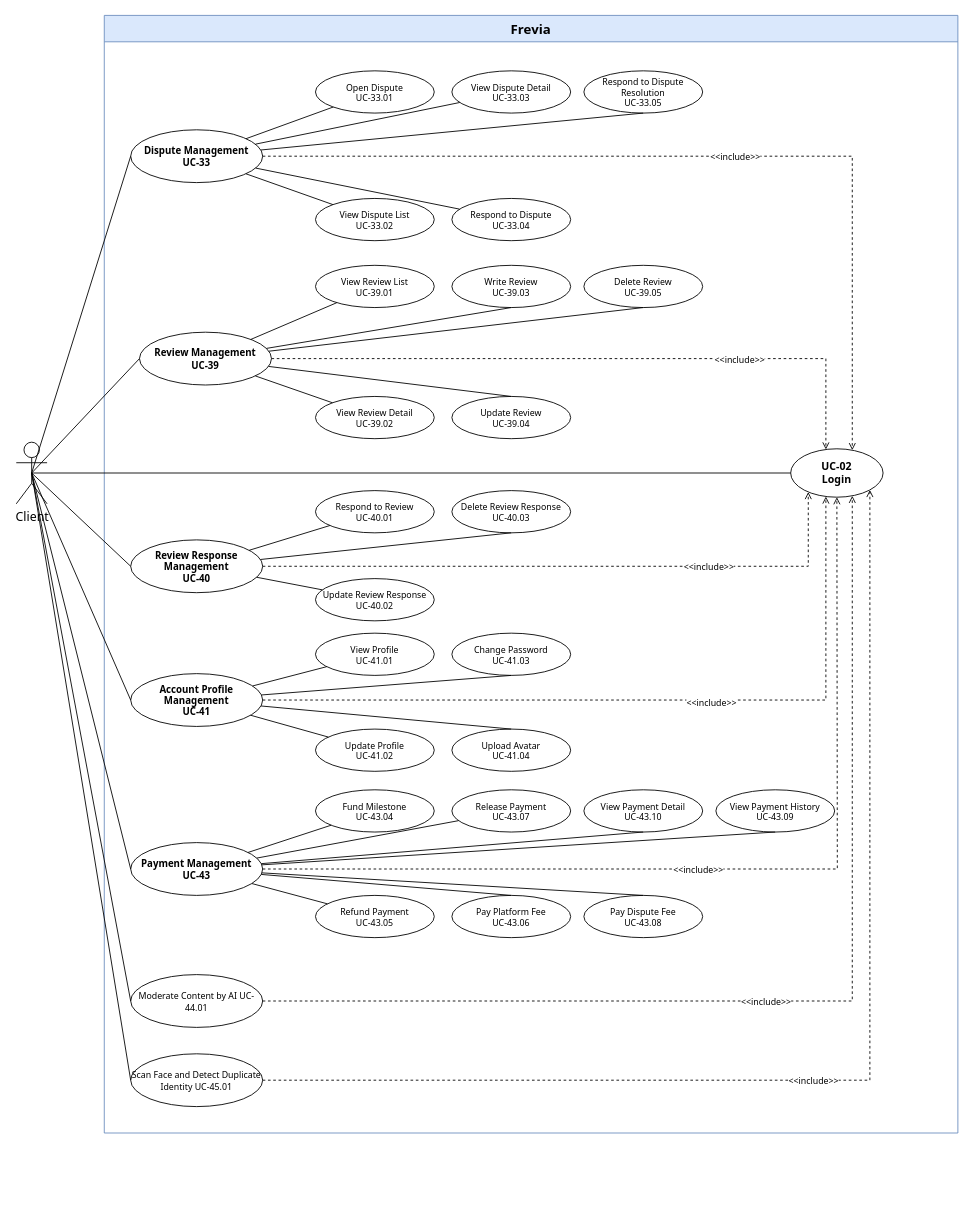
Thunggg/Frevia keeps this draw.io diagram as page "Client 6/6" (6 of 6) of uc-diagrams/Client.drawio. Above is the earlier version. Source tidied: cells renumbered, new cells numbered last; positions are measured from the earlier drawing's top-left corner, leaving out a move shared by most shapes. Both pictures are drawn from the tidied source at 88%, with x=0, y=0 at pixel (16, 15).
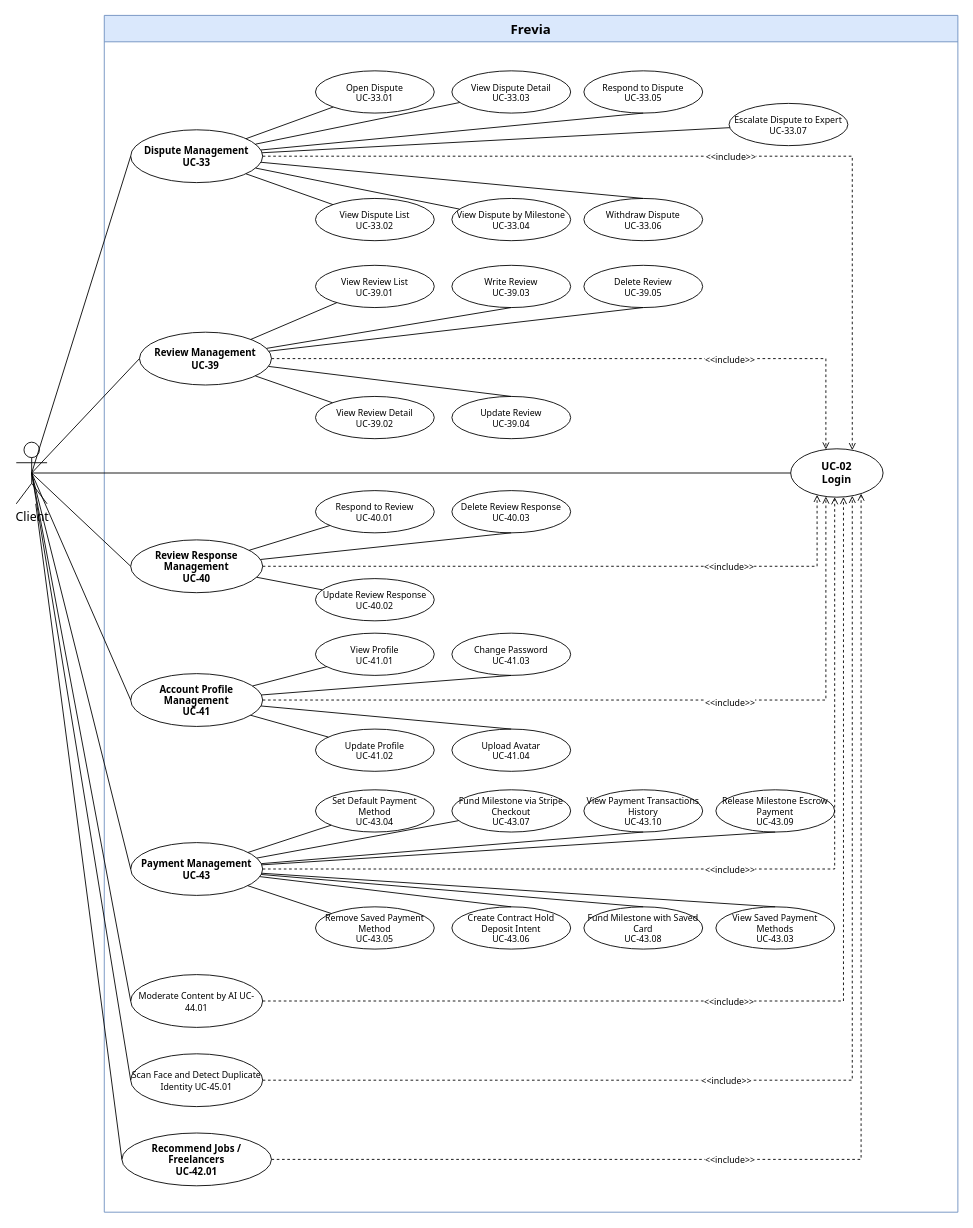
After the change.

The change refers to these unchanged cells:
```xml
<mxCell id="3" value="UC-02&#10;Login" style="ellipse;whiteSpace=wrap;html=1;fontSize=12;fontFamily=Tahoma;fontStyle=1;fillColor=#ffffff;strokeColor=#000000;" parent="2" vertex="1">
  <mxGeometry x="780" y="492.5" width="105" height="55" as="geometry" />
</mxCell>
<mxCell id="4" value="Dispute Management&#10;UC-33" style="ellipse;whiteSpace=wrap;html=1;fontSize=11;fontFamily=Tahoma;fontStyle=1;fillColor=#ffffff;strokeColor=#000000;" parent="2" vertex="1">
  <mxGeometry x="30" y="130" width="150" height="60" as="geometry" />
</mxCell>
<mxCell id="10" value="Review Management&#10;UC-39" style="ellipse;whiteSpace=wrap;html=1;fontSize=11;fontFamily=Tahoma;fontStyle=1;fillColor=#ffffff;strokeColor=#000000;" parent="2" vertex="1">
  <mxGeometry x="40" y="360" width="150" height="60" as="geometry" />
</mxCell>
<mxCell id="16" value="Review Response Management&#10;UC-40" style="ellipse;whiteSpace=wrap;html=1;fontSize=11;fontFamily=Tahoma;fontStyle=1;fillColor=#ffffff;strokeColor=#000000;" parent="2" vertex="1">
  <mxGeometry x="30" y="596" width="150" height="60" as="geometry" />
</mxCell>
<mxCell id="20" value="Account Profile Management&#10;UC-41" style="ellipse;whiteSpace=wrap;html=1;fontSize=11;fontFamily=Tahoma;fontStyle=1;fillColor=#ffffff;strokeColor=#000000;" parent="2" vertex="1">
  <mxGeometry x="30" y="748" width="150" height="60" as="geometry" />
</mxCell>
<mxCell id="25" value="Payment Management&#10;UC-43" style="ellipse;whiteSpace=wrap;html=1;fontSize=11;fontFamily=Tahoma;fontStyle=1;fillColor=#ffffff;strokeColor=#000000;" parent="2" vertex="1">
  <mxGeometry x="30" y="940" width="150" height="60" as="geometry" />
</mxCell>
<mxCell id="48" value="&lt;span style=&quot;font-size: 10px; font-weight: 400;&quot;&gt;Moderate Content by AI UC-44.01&lt;/span&gt;" style="ellipse;whiteSpace=wrap;html=1;fontSize=11;fontFamily=Tahoma;fontStyle=1;fillColor=#ffffff;strokeColor=#000000;" parent="2" vertex="1">
  <mxGeometry x="30" y="1090" width="150" height="60" as="geometry" />
</mxCell>
<mxCell id="49" value="&lt;span style=&quot;font-size: 10px; font-weight: 400;&quot;&gt;Scan Face and Detect Duplicate Identity UC-45.01&lt;/span&gt;" style="ellipse;whiteSpace=wrap;html=1;fontSize=11;fontFamily=Tahoma;fontStyle=1;fillColor=#ffffff;strokeColor=#000000;" parent="2" vertex="1">
  <mxGeometry x="30" y="1180" width="150" height="60" as="geometry" />
</mxCell>
<mxCell id="52" value="Client" style="shape=umlActor;verticalLabelPosition=bottom;verticalAlign=top;html=1;outlineConnect=0;fontSize=14;fontFamily=Tahoma;" parent="1" vertex="1">
  <mxGeometry y="485" width="35" height="70" as="geometry" />
</mxCell>
```

What changed in the source:
```diff
@@
     <mxCell id="2" value="Frevia" style="swimlane;whiteSpace=wrap;html=1;startSize=30;fontSize=15;fontFamily=Tahoma;fontStyle=1;fillColor=#dae8fc;strokeColor=#6c8ebf;" parent="1" vertex="1">
-      <mxGeometry x="100" width="970" height="1270" as="geometry" />
+      <mxGeometry x="100" width="970" height="1360" as="geometry" />
     </mxCell>
@@
-    <mxCell id="8" value="Respond to Dispute&#10;UC-33.04" style="ellipse;whiteSpace=wrap;html=1;fontSize=10;fontFamily=Tahoma;fillColor=#ffffff;strokeColor=#000000;" parent="2" vertex="1">
+    <mxCell id="8" value="View Dispute by Milestone&#10;UC-33.04" style="ellipse;whiteSpace=wrap;html=1;fontSize=10;fontFamily=Tahoma;fillColor=#ffffff;strokeColor=#000000;" parent="2" vertex="1">
       <mxGeometry x="395" y="208" width="135" height="48" as="geometry" />
     </mxCell>
-    <mxCell id="9" value="Respond to Dispute Resolution&#10;UC-33.05" style="ellipse;whiteSpace=wrap;html=1;fontSize=10;fontFamily=Tahoma;fillColor=#ffffff;strokeColor=#000000;" parent="2" vertex="1">
+    <mxCell id="9" value="Respond to Dispute&#10;UC-33.05" style="ellipse;whiteSpace=wrap;html=1;fontSize=10;fontFamily=Tahoma;fillColor=#ffffff;strokeColor=#000000;" parent="2" vertex="1">
       <mxGeometry x="545" y="63" width="135" height="48" as="geometry" />
     </mxCell>
@@
-    <mxCell id="26" value="Fund Milestone&#10;UC-43.04" style="ellipse;whiteSpace=wrap;html=1;fontSize=10;fontFamily=Tahoma;fillColor=#ffffff;strokeColor=#000000;" parent="2" vertex="1">
+    <mxCell id="26" value="Set Default Payment Method&#10;UC-43.04" style="ellipse;whiteSpace=wrap;html=1;fontSize=10;fontFamily=Tahoma;fillColor=#ffffff;strokeColor=#000000;" parent="2" vertex="1">
       <mxGeometry x="240" y="880" width="135" height="48" as="geometry" />
     </mxCell>
-    <mxCell id="27" value="Release Payment&#10;UC-43.07" style="ellipse;whiteSpace=wrap;html=1;fontSize=10;fontFamily=Tahoma;fillColor=#ffffff;strokeColor=#000000;" parent="2" vertex="1">
+    <mxCell id="27" value="Fund Milestone via Stripe Checkout&#10;UC-43.07" style="ellipse;whiteSpace=wrap;html=1;fontSize=10;fontFamily=Tahoma;fillColor=#ffffff;strokeColor=#000000;" parent="2" vertex="1">
       <mxGeometry x="395" y="880" width="135" height="48" as="geometry" />
     </mxCell>
-    <mxCell id="28" value="View Payment Detail&#10;UC-43.10" style="ellipse;whiteSpace=wrap;html=1;fontSize=10;fontFamily=Tahoma;fillColor=#ffffff;strokeColor=#000000;" parent="2" vertex="1">
+    <mxCell id="28" value="View Payment Transactions History&#10;UC-43.10" style="ellipse;whiteSpace=wrap;html=1;fontSize=10;fontFamily=Tahoma;fillColor=#ffffff;strokeColor=#000000;" parent="2" vertex="1">
       <mxGeometry x="545" y="880" width="135" height="48" as="geometry" />
     </mxCell>
     <mxCell id="29" value="&amp;lt;&amp;lt;include&amp;gt;&amp;gt;" style="edgeStyle=orthogonalEdgeStyle;rounded=0;endArrow=open;dashed=1;html=1;strokeColor=#000000;fontSize=10;fontFamily=Tahoma;labelBackgroundColor=#ffffff;align=center;verticalAlign=middle;" parent="2" edge="1" source="16" target="3">
-      <mxGeometry x="0.44" relative="1" as="geometry">
+      <mxGeometry x="0.49" relative="1" as="geometry">
         <Array as="points">
-          <mxPoint x="800" y="626" />
+          <mxPoint x="810" y="626" />
         </Array>
       </mxGeometry>
     </mxCell>
@@
-    <mxCell id="40" value="View Payment History&#10;UC-43.09" style="ellipse;whiteSpace=wrap;html=1;fontSize=10;fontFamily=Tahoma;fillColor=#ffffff;strokeColor=#000000;" parent="2" vertex="1">
+    <mxCell id="40" value="Release Milestone Escrow Payment&#10;UC-43.09" style="ellipse;whiteSpace=wrap;html=1;fontSize=10;fontFamily=Tahoma;fillColor=#ffffff;strokeColor=#000000;" parent="2" vertex="1">
       <mxGeometry x="695" y="880" width="135" height="48" as="geometry" />
     </mxCell>
@@
-    <mxCell id="42" value="Pay Dispute Fee&#10;UC-43.08" style="ellipse;whiteSpace=wrap;html=1;fontSize=10;fontFamily=Tahoma;fillColor=#ffffff;strokeColor=#000000;" parent="2" vertex="1">
-      <mxGeometry x="545" y="1000" width="135" height="48" as="geometry" />
+    <mxCell id="42" value="Fund Milestone with Saved Card&#10;UC-43.08" style="ellipse;whiteSpace=wrap;html=1;fontSize=10;fontFamily=Tahoma;fillColor=#ffffff;strokeColor=#000000;" parent="2" vertex="1">
+      <mxGeometry x="545" y="1013" width="135" height="48" as="geometry" />
     </mxCell>
@@
-    <mxCell id="44" value="Refund Payment&#10;UC-43.05" style="ellipse;whiteSpace=wrap;html=1;fontSize=10;fontFamily=Tahoma;fillColor=#ffffff;strokeColor=#000000;" parent="2" vertex="1">
-      <mxGeometry x="240" y="1000" width="135" height="48" as="geometry" />
+    <mxCell id="44" value="Remove Saved Payment Method&#10;UC-43.05" style="ellipse;whiteSpace=wrap;html=1;fontSize=10;fontFamily=Tahoma;fillColor=#ffffff;strokeColor=#000000;" parent="2" vertex="1">
+      <mxGeometry x="240" y="1013" width="135" height="48" as="geometry" />
     </mxCell>
@@
-    <mxCell id="46" value="Pay Platform Fee&#10;UC-43.06" style="ellipse;whiteSpace=wrap;html=1;fontSize=10;fontFamily=Tahoma;fillColor=#ffffff;strokeColor=#000000;" parent="2" vertex="1">
-      <mxGeometry x="395" y="1000" width="135" height="48" as="geometry" />
+    <mxCell id="46" value="Create Contract Hold Deposit Intent&#10;UC-43.06" style="ellipse;whiteSpace=wrap;html=1;fontSize=10;fontFamily=Tahoma;fillColor=#ffffff;strokeColor=#000000;" parent="2" vertex="1">
+      <mxGeometry x="395" y="1013" width="135" height="48" as="geometry" />
     </mxCell>
@@
     <mxCell id="50" value="&amp;lt;&amp;lt;include&amp;gt;&amp;gt;" style="edgeStyle=orthogonalEdgeStyle;rounded=0;endArrow=open;dashed=1;html=1;strokeColor=#000000;fontSize=10;fontFamily=Tahoma;labelBackgroundColor=#ffffff;align=center;verticalAlign=middle;" parent="2" edge="1" source="48" target="3">
-      <mxGeometry x="-0.08" relative="1" as="geometry">
+      <mxGeometry x="-0.14" relative="1" as="geometry">
         <Array as="points">
-          <mxPoint x="850" y="1120" />
+          <mxPoint x="840" y="1120" />
         </Array>
       </mxGeometry>
     </mxCell>
     <mxCell id="51" value="&amp;lt;&amp;lt;include&amp;gt;&amp;gt;" style="edgeStyle=orthogonalEdgeStyle;rounded=0;endArrow=open;dashed=1;html=1;strokeColor=#000000;fontSize=10;fontFamily=Tahoma;labelBackgroundColor=#ffffff;align=center;verticalAlign=middle;" parent="2" edge="1" source="49" target="3">
-      <mxGeometry x="-0.08" relative="1" as="geometry">
+      <mxGeometry x="-0.21" relative="1" as="geometry">
         <Array as="points">
-          <mxPoint x="870" y="1210" />
+          <mxPoint x="850" y="1210" />
         </Array>
       </mxGeometry>
     </mxCell>
+    <mxCell id="75" value="Withdraw Dispute&#10;UC-33.06" style="ellipse;whiteSpace=wrap;html=1;fontSize=10;fontFamily=Tahoma;fillColor=#ffffff;strokeColor=#000000;" parent="2" vertex="1">
+      <mxGeometry x="545" y="208" width="135" height="48" as="geometry" />
+    </mxCell>
+    <mxCell id="76" value="Escalate Dispute to Expert&#10;UC-33.07" style="ellipse;whiteSpace=wrap;html=1;fontSize=10;fontFamily=Tahoma;fillColor=#ffffff;strokeColor=#000000;" parent="2" vertex="1">
+      <mxGeometry x="710" y="100" width="135" height="48" as="geometry" />
+    </mxCell>
+    <mxCell id="77" value="View Saved Payment Methods&#10;UC-43.03" style="ellipse;whiteSpace=wrap;html=1;fontSize=10;fontFamily=Tahoma;fillColor=#ffffff;strokeColor=#000000;" parent="2" vertex="1">
+      <mxGeometry x="695" y="1013" width="135" height="48" as="geometry" />
+    </mxCell>
+    <mxCell id="78" value="Recommend Jobs / Freelancers&#10;UC-42.01" style="ellipse;whiteSpace=wrap;html=1;fontSize=11;fontFamily=Tahoma;fontStyle=1;fillColor=#ffffff;strokeColor=#000000;" parent="2" vertex="1">
+      <mxGeometry x="20" y="1270" width="170" height="60" as="geometry" />
+    </mxCell>
@@
     <mxCell id="55" value="&amp;lt;&amp;lt;include&amp;gt;&amp;gt;" style="edgeStyle=orthogonalEdgeStyle;rounded=0;endArrow=open;dashed=1;html=1;strokeColor=#000000;fontSize=10;fontFamily=Tahoma;labelBackgroundColor=#ffffff;align=center;verticalAlign=middle;" parent="1" edge="1" source="4" target="3">
-      <mxGeometry x="0.07" relative="1" as="geometry">
+      <mxGeometry x="0.06" relative="1" as="geometry">
         <Array as="points">
           <mxPoint x="950" y="160" />
         </Array>
       </mxGeometry>
     </mxCell>
@@
     <mxCell id="62" value="&amp;lt;&amp;lt;include&amp;gt;&amp;gt;" style="edgeStyle=orthogonalEdgeStyle;rounded=0;endArrow=open;dashed=1;html=1;strokeColor=#000000;fontSize=10;fontFamily=Tahoma;labelBackgroundColor=#ffffff;align=center;verticalAlign=middle;" parent="1" edge="1" source="10" target="3">
-      <mxGeometry x="0.45" relative="1" as="geometry">
+      <mxGeometry x="0.42" relative="1" as="geometry">
         <Array as="points">
           <mxPoint x="920" y="390" />
         </Array>
       </mxGeometry>
     </mxCell>
@@
     <mxCell id="70" value="&amp;lt;&amp;lt;include&amp;gt;&amp;gt;" style="edgeStyle=orthogonalEdgeStyle;rounded=0;endArrow=open;dashed=1;html=1;strokeColor=#000000;fontSize=10;fontFamily=Tahoma;labelBackgroundColor=#ffffff;align=center;verticalAlign=middle;" parent="1" edge="1" source="20" target="3">
-      <mxGeometry x="0.17" y="-2" relative="1" as="geometry">
+      <mxGeometry x="0.22" y="-2" relative="1" as="geometry">
         <Array as="points">
           <mxPoint x="920" y="778" />
         </Array>
       </mxGeometry>
     </mxCell>
@@
     <mxCell id="72" value="&amp;lt;&amp;lt;include&amp;gt;&amp;gt;" style="edgeStyle=orthogonalEdgeStyle;rounded=0;endArrow=open;dashed=1;html=1;strokeColor=#000000;fontSize=10;fontFamily=Tahoma;labelBackgroundColor=#ffffff;align=center;verticalAlign=middle;" parent="1" edge="1" source="25" target="3">
-      <mxGeometry x="-0.08" relative="1" as="geometry">
+      <mxGeometry x="-0.01" relative="1" as="geometry">
         <Array as="points">
-          <mxPoint x="933" y="970" />
+          <mxPoint x="930" y="970" />
         </Array>
       </mxGeometry>
     </mxCell>
@@
+    <mxCell id="79" style="endArrow=none;html=1;rounded=0;fontFamily=Tahoma;fontSize=13;entryX=0.5;entryY=0;entryDx=0;entryDy=0;" parent="1" edge="1" source="4" target="75">
+      <mxGeometry relative="1" as="geometry" />
+    </mxCell>
+    <mxCell id="80" style="endArrow=none;html=1;rounded=0;fontFamily=Tahoma;fontSize=13;" parent="1" edge="1" source="4" target="76">
+      <mxGeometry relative="1" as="geometry" />
+    </mxCell>
+    <mxCell id="81" style="endArrow=none;html=1;rounded=0;fontFamily=Tahoma;fontSize=13;entryX=0.5;entryY=0;entryDx=0;entryDy=0;" parent="1" edge="1" source="25" target="77">
+      <mxGeometry relative="1" as="geometry" />
+    </mxCell>
+    <mxCell id="82" style="endArrow=none;html=1;rounded=0;fontFamily=Tahoma;fontSize=13;entryX=0;entryY=0.5;entryDx=0;entryDy=0;" parent="1" edge="1" source="52" target="78">
+      <mxGeometry relative="1" as="geometry" />
+    </mxCell>
+    <mxCell id="83" value="&amp;lt;&amp;lt;include&amp;gt;&amp;gt;" style="edgeStyle=orthogonalEdgeStyle;rounded=0;endArrow=open;dashed=1;html=1;strokeColor=#000000;fontSize=10;fontFamily=Tahoma;labelBackgroundColor=#ffffff;align=center;verticalAlign=middle;" parent="1" edge="1" source="78" target="3">
+      <mxGeometry x="-0.27" relative="1" as="geometry">
+        <Array as="points">
+          <mxPoint x="960" y="1300" />
+        </Array>
+      </mxGeometry>
+    </mxCell>
```
